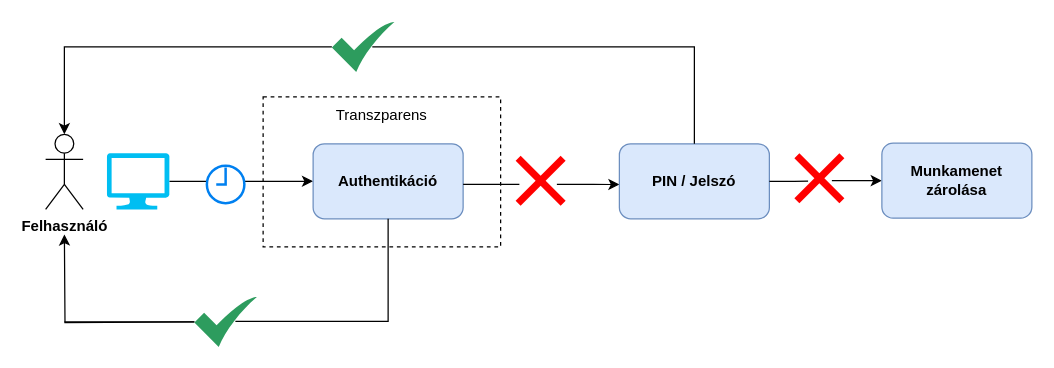
s4rd3d/diplomaterv keeps this draw.io diagram as images/continous-auth.drawio. Above is the earlier version. Source tidied: cells renumbered, new cells numbered last; positions are measured from the earlier drawing's top-left corner, leaving out a move shared by most shapes. Both pictures are drawn from the tidied source at 125%, with x=0, y=0 at pixel (45, 21).
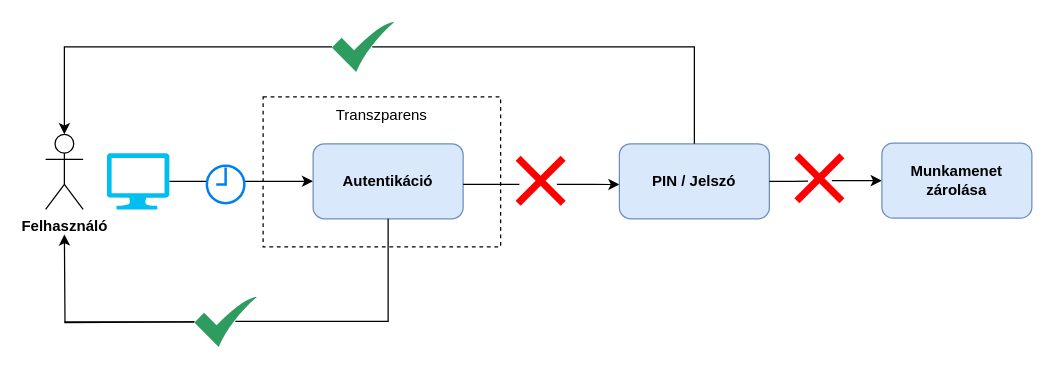
Above is the later version.

What changed in the source:
```diff
@@
-    <mxCell id="9" value="&lt;b&gt;Authentikáció&lt;/b&gt;" style="rounded=1;whiteSpace=wrap;html=1;fillColor=#dae8fc;strokeColor=#6c8ebf;" parent="1" vertex="1">
+    <mxCell id="9" value="&lt;b&gt;Autentikáció&lt;/b&gt;" style="rounded=1;whiteSpace=wrap;html=1;fillColor=#dae8fc;strokeColor=#6c8ebf;" parent="1" vertex="1">
       <mxGeometry x="214" y="97.5" width="120" height="60" as="geometry" />
     </mxCell>
```
